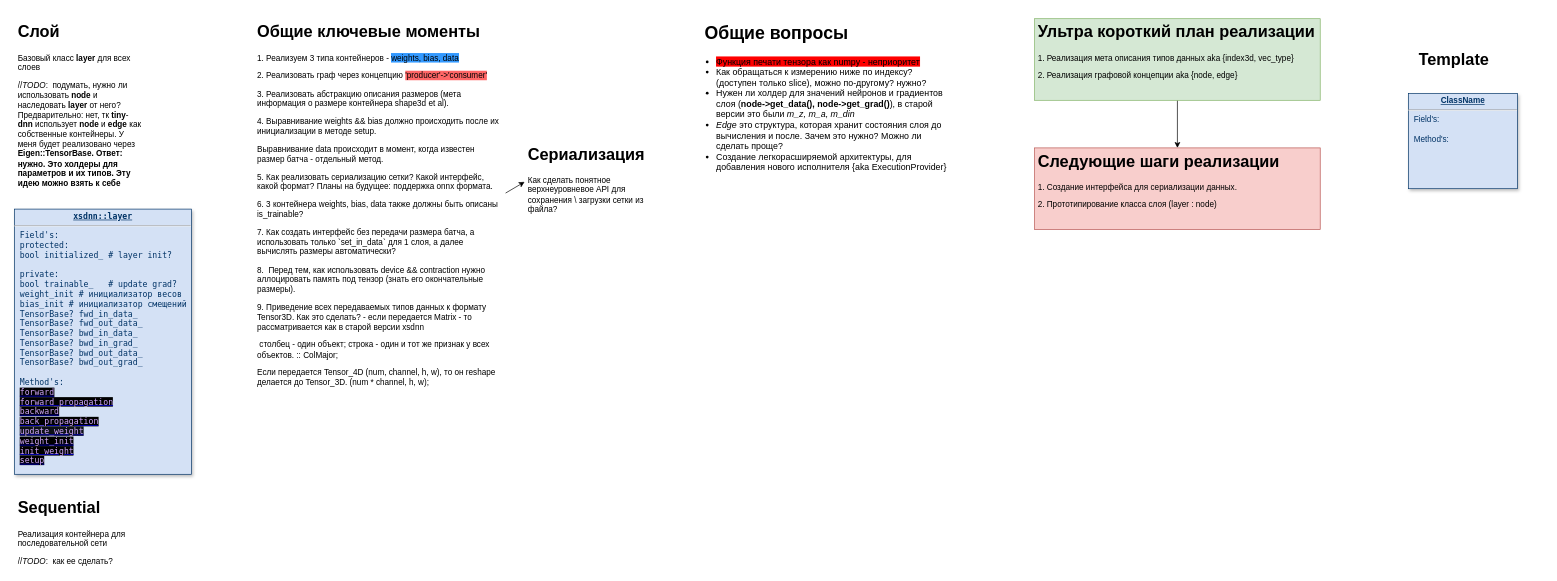
Above: page "xsdnn::main" (1 of 10) of logic.drawio in xsdnn/xsdnn (draw.io), before the change. Source tidied: cells renumbered, new cells numbered last; positions are measured from the earlier drawing's top-left corner, leaving out a move shared by most shapes. Both pictures are drawn from the tidied source at 68%, with x=0, y=0 at pixel (14, 18).
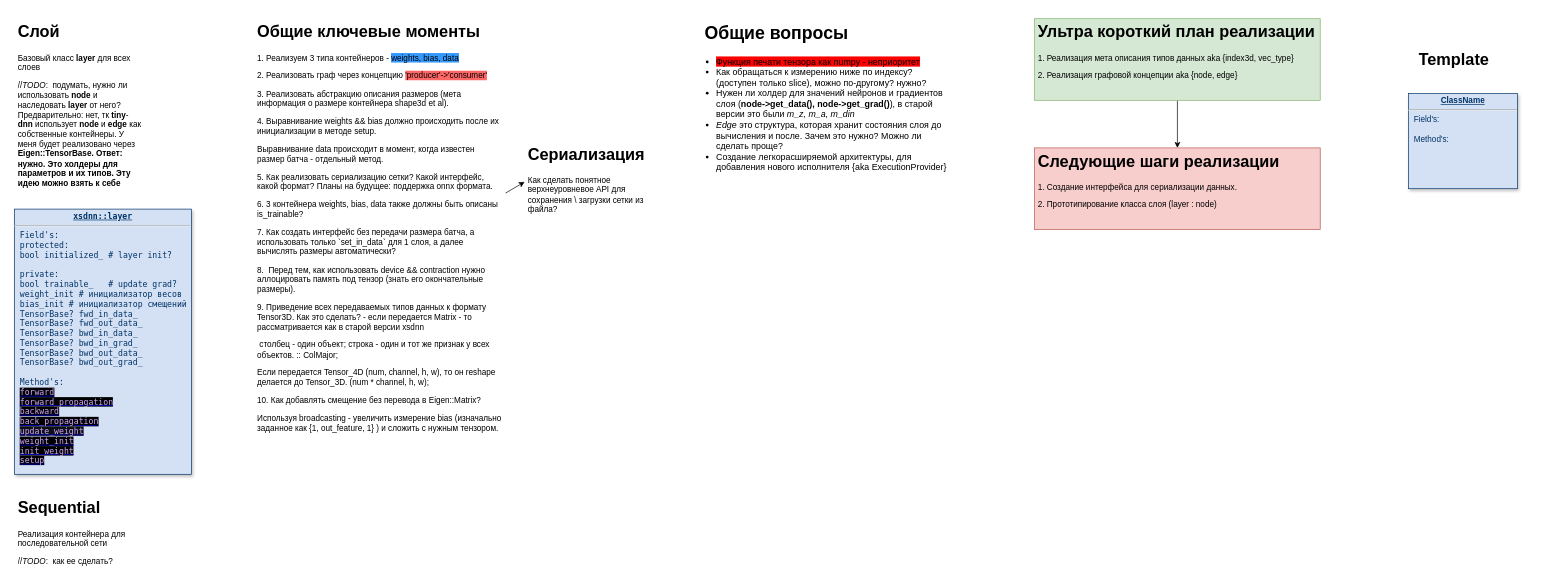
Above is the later version.

Change to the diagram source:
```diff
@@
 <mxGraphModel>
   <root>
     <mxCell id="0" />
     <mxCell id="1" parent="0" />
     <mxCell id="2" value="&lt;p style=&quot;margin: 0px; margin-top: 4px; text-align: center; text-decoration: underline;&quot;&gt;&lt;strong&gt;ClassName&lt;/strong&gt;&lt;/p&gt;&lt;hr&gt;&lt;p style=&quot;margin: 0px; margin-left: 8px;&quot;&gt;Field's:&lt;/p&gt;&lt;p style=&quot;margin: 0px; margin-left: 8px;&quot;&gt;&lt;br&gt;&lt;/p&gt;&lt;p style=&quot;margin: 0px; margin-left: 8px;&quot;&gt;Method's:&lt;/p&gt;" style="verticalAlign=top;align=left;overflow=fill;fontSize=12;fontFamily=Helvetica;html=1;strokeColor=#003366;shadow=1;fillColor=#D4E1F5;fontColor=#003366;" parent="1" vertex="1">
       <mxGeometry x="2050" y="110" width="160" height="140" as="geometry" />
     </mxCell>
     <mxCell id="3" value="&lt;h1&gt;Слой&lt;/h1&gt;&lt;p&gt;Базовый класс &lt;b&gt;layer &lt;/b&gt;для всех слоев&lt;/p&gt;&lt;p&gt;&lt;span style=&quot;text-align: center;&quot;&gt;//&lt;i&gt;TODO&lt;/i&gt;:&amp;nbsp; подумать, нужно ли использовать &lt;b&gt;node&lt;/b&gt; и наследовать &lt;b&gt;layer&lt;/b&gt; от него? Предварительно: нет, тк &lt;b&gt;tiny&lt;/b&gt;-&lt;b&gt;dnn&lt;/b&gt; использует &lt;b&gt;node&lt;/b&gt; и &lt;b&gt;edge&lt;/b&gt; как собственные контейнеры. У меня будет реализовано через &lt;b&gt;Eigen::TensorBase. Ответ: нужно. Это холдеры для параметров и их типов. Эту идею можно взять к себе&lt;/b&gt;&lt;/span&gt;&lt;br&gt;&lt;/p&gt;&lt;p&gt;&lt;br&gt;&lt;/p&gt;" style="text;html=1;strokeColor=none;fillColor=none;spacing=5;spacingTop=-20;whiteSpace=wrap;overflow=hidden;rounded=0;" parent="1" vertex="1">
       <mxGeometry width="190" height="250" as="geometry" />
     </mxCell>
     <mxCell id="4" value="&lt;h1&gt;Template&lt;/h1&gt;" style="text;html=1;strokeColor=none;fillColor=none;spacing=5;spacingTop=-20;whiteSpace=wrap;overflow=hidden;rounded=0;" parent="1" vertex="1">
       <mxGeometry x="2060" y="40" width="190" height="50" as="geometry" />
     </mxCell>
     <mxCell id="5" value="&lt;p style=&quot;margin: 0px; margin-top: 4px; text-align: center; text-decoration: underline;&quot;&gt;&lt;b&gt;xsdnn::layer&lt;/b&gt;&lt;/p&gt;&lt;hr&gt;&lt;p style=&quot;margin: 0px; margin-left: 8px;&quot;&gt;Field's:&lt;/p&gt;&lt;p style=&quot;margin: 0px; margin-left: 8px;&quot;&gt;protected:&lt;/p&gt;&lt;p style=&quot;margin: 0px; margin-left: 8px;&quot;&gt;bool initialized_ # layer init?&lt;/p&gt;&lt;p style=&quot;margin: 0px; margin-left: 8px;&quot;&gt;&lt;br&gt;&lt;/p&gt;&lt;p style=&quot;margin: 0px; margin-left: 8px;&quot;&gt;private:&lt;/p&gt;&lt;p style=&quot;margin: 0px 0px 0px 8px;&quot;&gt;bool trainable_&amp;nbsp; &amp;nbsp;# update grad?&lt;/p&gt;&lt;p style=&quot;margin: 0px 0px 0px 8px;&quot;&gt;weight_init # инициализатор весов&lt;/p&gt;&lt;p style=&quot;margin: 0px 0px 0px 8px;&quot;&gt;bias_init # инициализатор смещений&lt;/p&gt;&lt;p style=&quot;margin: 0px; margin-left: 8px;&quot;&gt;TensorBase? fwd_in_data_&lt;/p&gt;&lt;p style=&quot;margin: 0px; margin-left: 8px;&quot;&gt;TensorBase? fwd_out_data_&lt;br&gt;&lt;/p&gt;&lt;p style=&quot;margin: 0px; margin-left: 8px;&quot;&gt;TensorBase? bwd_in_data_&lt;br&gt;&lt;/p&gt;&lt;p style=&quot;margin: 0px; margin-left: 8px;&quot;&gt;TensorBase? bwd_in_grad_&lt;br&gt;&lt;/p&gt;&lt;p style=&quot;margin: 0px; margin-left: 8px;&quot;&gt;TensorBase? bwd_out_data_&lt;br&gt;&lt;/p&gt;&lt;p style=&quot;margin: 0px; margin-left: 8px;&quot;&gt;TensorBase? bwd_out_grad_&lt;br&gt;&lt;/p&gt;&lt;p style=&quot;margin: 0px; margin-left: 8px;&quot;&gt;&lt;br&gt;&lt;/p&gt;&lt;p style=&quot;margin: 0px; margin-left: 8px;&quot;&gt;Method's:&lt;/p&gt;&lt;p style=&quot;margin: 0px; margin-left: 8px;&quot;&gt;&lt;a href=&quot;data:page/id,acLyr5f8MV2qwVlqdKkI&quot;&gt;&lt;font face=&quot;ui-monospace, SFMono-Regular, SF Mono, Menlo, Consolas, Liberation Mono, monospace&quot; color=&quot;#d2a8ff&quot; style=&quot;background-color: rgb(0, 0, 0);&quot;&gt;forward&lt;/font&gt;&lt;/a&gt;&lt;/p&gt;&lt;p style=&quot;margin: 0px; margin-left: 8px;&quot;&gt;&lt;a href=&quot;data:page/id,P51iXEZZl-BP7aw9WZGj&quot;&gt;&lt;font face=&quot;ui-monospace, SFMono-Regular, SF Mono, Menlo, Consolas, Liberation Mono, monospace&quot; color=&quot;#d2a8ff&quot; style=&quot;background-color: rgb(0, 0, 0);&quot;&gt;forward_propagation&lt;/font&gt;&lt;/a&gt;&lt;/p&gt;&lt;p style=&quot;margin: 0px; margin-left: 8px;&quot;&gt;&lt;a href=&quot;data:page/id,9vZ8QekkStvvB2-BGn0U&quot;&gt;&lt;font face=&quot;ui-monospace, SFMono-Regular, SF Mono, Menlo, Consolas, Liberation Mono, monospace&quot; color=&quot;#d2a8ff&quot; style=&quot;background-color: rgb(0, 0, 0);&quot;&gt;backward&lt;/font&gt;&lt;/a&gt;&lt;/p&gt;&lt;p style=&quot;margin: 0px; margin-left: 8px;&quot;&gt;&lt;a href=&quot;data:page/id,YzGOiIOgP3fO_uxTNOQc&quot;&gt;&lt;font face=&quot;ui-monospace, SFMono-Regular, SF Mono, Menlo, Consolas, Liberation Mono, monospace&quot; color=&quot;#d2a8ff&quot; style=&quot;background-color: rgb(0, 0, 0);&quot;&gt;back_propagation&lt;/font&gt;&lt;/a&gt;&lt;/p&gt;&lt;p style=&quot;margin: 0px; margin-left: 8px;&quot;&gt;&lt;span style=&quot;font-family: ui-monospace, SFMono-Regular, &amp;quot;SF Mono&amp;quot;, Menlo, Consolas, &amp;quot;Liberation Mono&amp;quot;, monospace; background-color: rgb(13, 17, 23);&quot;&gt;&lt;a style=&quot;&quot; href=&quot;data:page/id,1ntwXYWYcS74xLM6uAJB&quot;&gt;&lt;font color=&quot;#d2a8ff&quot;&gt;update_weight&lt;/font&gt;&lt;/a&gt;&lt;/span&gt;&lt;br&gt;&lt;/p&gt;&lt;p style=&quot;margin: 0px; margin-left: 8px;&quot;&gt;&lt;a style=&quot;background-color: rgb(0, 0, 0);&quot; href=&quot;data:page/id,imFPhnd7Cz6RNdqDAHEO&quot;&gt;&lt;font face=&quot;ui-monospace, SFMono-Regular, SF Mono, Menlo, Consolas, Liberation Mono, monospace&quot; color=&quot;#d2a8ff&quot;&gt;weight_init&lt;/font&gt;&lt;/a&gt;&lt;/p&gt;&lt;p style=&quot;margin: 0px; margin-left: 8px;&quot;&gt;&lt;a style=&quot;background-color: rgb(0, 0, 0);&quot; href=&quot;data:page/id,p6dzrHT5QFA6u9v4Chr_&quot;&gt;&lt;font color=&quot;#d2a8ff&quot;&gt;init_weight&lt;/font&gt;&lt;/a&gt;&lt;/p&gt;&lt;p style=&quot;margin: 0px; margin-left: 8px;&quot;&gt;&lt;a style=&quot;background-color: rgb(0, 0, 0);&quot; href=&quot;data:page/id,uzz6QVAgYd6YLyIYvyyA&quot;&gt;&lt;font color=&quot;#d2a8ff&quot;&gt;setup&lt;/font&gt;&lt;/a&gt;&lt;/p&gt;" style="verticalAlign=top;align=left;overflow=fill;fontSize=12;fontFamily=ui-monospace, SFMono-Regular, &quot;SF Mono&quot;, Menlo, Consolas, &quot;Liberation Mono&quot;, monospace;html=1;strokeColor=#003366;shadow=1;fillColor=#D4E1F5;fontColor=#003366;" parent="1" vertex="1">
       <mxGeometry y="280" width="260" height="390" as="geometry" />
     </mxCell>
     <mxCell id="6" value="&lt;h1&gt;Сериализация&lt;/h1&gt;&lt;p&gt;Как сделать понятное верхнеуровневое API для сохранения \ загрузки сетки из файла?&amp;nbsp;&lt;/p&gt;" style="text;html=1;strokeColor=none;fillColor=none;spacing=5;spacingTop=-20;whiteSpace=wrap;overflow=hidden;rounded=0;" parent="1" vertex="1">
       <mxGeometry x="750" y="180" width="190" height="120" as="geometry" />
     </mxCell>
     <mxCell id="7" value="&lt;h1&gt;Общие вопросы&lt;/h1&gt;&lt;p&gt;&lt;br&gt;&lt;/p&gt;" style="text;html=1;strokeColor=none;fillColor=none;spacing=5;spacingTop=-20;whiteSpace=wrap;overflow=hidden;rounded=0;fontSize=13;" parent="1" vertex="1">
       <mxGeometry x="1010" width="270" height="120" as="geometry" />
     </mxCell>
     <mxCell id="8" value="&lt;ul&gt;&lt;li&gt;&lt;span style=&quot;background-color: rgb(255, 0, 0);&quot;&gt;Функция печати тензора как numpy - неприоритет&lt;/span&gt;&lt;/li&gt;&lt;li&gt;Как обращаться к измерению ниже по индексу? (доступен только slice), можно по-другому? нужно?&amp;nbsp;&lt;/li&gt;&lt;li&gt;Нужен ли холдер для значений нейронов и градиентов слоя (&lt;b&gt;node-&amp;gt;get_data(), node-&amp;gt;get_grad()&lt;/b&gt;), в старой версии это были &lt;i&gt;m_z, m_a, m_din&lt;/i&gt;&lt;/li&gt;&lt;li&gt;&lt;i&gt;Edge &lt;/i&gt;это структура, которая хранит состояния слоя до вычисления и после. Зачем это нужно? Можно ли сделать проще?&lt;/li&gt;&lt;li&gt;Создание легкорасширяемой архитектуры, для добавления нового исполнителя {aka ExecutionProvider}&lt;/li&gt;&lt;/ul&gt;" style="text;strokeColor=none;fillColor=none;html=1;whiteSpace=wrap;verticalAlign=middle;overflow=hidden;fontSize=13;" parent="1" vertex="1">
       <mxGeometry x="990" y="40" width="390" height="190" as="geometry" />
     </mxCell>
     <mxCell id="9" value="&lt;h1&gt;Sequential&lt;/h1&gt;&lt;p&gt;Реализация контейнера для&amp;nbsp; последовательной сети&lt;/p&gt;&lt;p&gt;&lt;span style=&quot;text-align: center;&quot;&gt;//&lt;i&gt;TODO&lt;/i&gt;:&amp;nbsp; как ее сделать?&lt;/span&gt;&lt;br&gt;&lt;/p&gt;&lt;p&gt;&lt;br&gt;&lt;/p&gt;" style="text;html=1;strokeColor=none;fillColor=none;spacing=5;spacingTop=-20;whiteSpace=wrap;overflow=hidden;rounded=0;" parent="1" vertex="1">
       <mxGeometry y="700" width="190" height="110" as="geometry" />
     </mxCell>
-    <mxCell id="10" value="&lt;h1&gt;Общие ключевые моменты&lt;/h1&gt;&lt;p&gt;1. Реализуем 3 типа контейнеров - &lt;span style=&quot;background-color: rgb(51, 153, 255);&quot;&gt;weights, bias, data&lt;/span&gt;&lt;/p&gt;&lt;p&gt;2. Реализовать граф через концепцию &lt;span style=&quot;background-color: rgb(255, 102, 102);&quot;&gt;'producer'-&amp;gt;'consumer'&lt;/span&gt;&lt;/p&gt;&lt;p&gt;3. Реализовать абстракцию описания размеров (мета информация о размере контейнера shape3d et al).&amp;nbsp;&lt;/p&gt;&lt;p&gt;4. Выравнивание weights &amp;amp;&amp;amp; bias должно происходить после их инициализации в методе setup.&lt;/p&gt;&lt;p&gt;Выравнивание data происходит в момент, когда известен размер батча - отдельный метод.&lt;/p&gt;&lt;p&gt;5. Как реализовать сериализацию сетки? Какой интерфейс, какой формат? Планы на будущее: поддержка onnx формата.&lt;/p&gt;&lt;p&gt;6. 3 контейнера weights, bias, data также должны быть описаны is_trainable?&amp;nbsp;&lt;/p&gt;&lt;p&gt;7. Как создать интерфейс без передачи размера батча, а использовать только `set_in_data` для 1 слоя, а далее вычислять размеры автоматически?&lt;/p&gt;&lt;p&gt;8.&amp;nbsp; Перед тем, как использовать device &amp;amp;&amp;amp; contraction нужно аллоцировать память под тензор (знать его окончательные размеры).&lt;/p&gt;&lt;p&gt;9. Приведение всех передаваемых типов данных к формату Tensor3D. Как это сделать? - если передается Matrix - то рассматривается как в старой версии xsdnn&lt;/p&gt;&lt;p&gt;&amp;nbsp;столбец - один объект; строка - один и тот же признак у всех объектов. :: ColMajor;&lt;/p&gt;&lt;p&gt;Если передается Tensor_4D (num, channel, h, w), то он reshape делается до Tensor_3D. (num * channel, h, w);&lt;/p&gt;" style="text;html=1;strokeColor=none;fillColor=none;spacing=5;spacingTop=-20;whiteSpace=wrap;overflow=hidden;rounded=0;" parent="1" vertex="1">
+    <mxCell id="10" value="&lt;h1&gt;Общие ключевые моменты&lt;/h1&gt;&lt;p&gt;1. Реализуем 3 типа контейнеров - &lt;span style=&quot;background-color: rgb(51, 153, 255);&quot;&gt;weights, bias, data&lt;/span&gt;&lt;/p&gt;&lt;p&gt;2. Реализовать граф через концепцию &lt;span style=&quot;background-color: rgb(255, 102, 102);&quot;&gt;'producer'-&amp;gt;'consumer'&lt;/span&gt;&lt;/p&gt;&lt;p&gt;3. Реализовать абстракцию описания размеров (мета информация о размере контейнера shape3d et al).&amp;nbsp;&lt;/p&gt;&lt;p&gt;4. Выравнивание weights &amp;amp;&amp;amp; bias должно происходить после их инициализации в методе setup.&lt;/p&gt;&lt;p&gt;Выравнивание data происходит в момент, когда известен размер батча - отдельный метод.&lt;/p&gt;&lt;p&gt;5. Как реализовать сериализацию сетки? Какой интерфейс, какой формат? Планы на будущее: поддержка onnx формата.&lt;/p&gt;&lt;p&gt;6. 3 контейнера weights, bias, data также должны быть описаны is_trainable?&amp;nbsp;&lt;/p&gt;&lt;p&gt;7. Как создать интерфейс без передачи размера батча, а использовать только `set_in_data` для 1 слоя, а далее вычислять размеры автоматически?&lt;/p&gt;&lt;p&gt;8.&amp;nbsp; Перед тем, как использовать device &amp;amp;&amp;amp; contraction нужно аллоцировать память под тензор (знать его окончательные размеры).&lt;/p&gt;&lt;p&gt;9. Приведение всех передаваемых типов данных к формату Tensor3D. Как это сделать? - если передается Matrix - то рассматривается как в старой версии xsdnn&lt;/p&gt;&lt;p&gt;&amp;nbsp;столбец - один объект; строка - один и тот же признак у всех объектов. :: ColMajor;&lt;/p&gt;&lt;p&gt;Если передается Tensor_4D (num, channel, h, w), то он reshape делается до Tensor_3D. (num * channel, h, w);&lt;/p&gt;&lt;p&gt;10. Как добавлять смещение без перевода в Eigen::Matrix?&amp;nbsp;&lt;/p&gt;&lt;p&gt;Используя broadcasting - увеличить измерение bias (изначально заданное как {1, out_feature, 1} ) и сложить с нужным тензором.&amp;nbsp;&lt;/p&gt;" style="text;html=1;strokeColor=none;fillColor=none;spacing=5;spacingTop=-20;whiteSpace=wrap;overflow=hidden;rounded=0;" parent="1" vertex="1">
       <mxGeometry x="352" width="370" height="730" as="geometry" />
     </mxCell>
     <mxCell id="11" style="edgeStyle=orthogonalEdgeStyle;rounded=0;jettySize=auto;html=1;" parent="1" edge="1" source="12" target="14">
       <mxGeometry relative="1" as="geometry" />
     </mxCell>
     <mxCell id="12" value="&lt;h1&gt;Ультра короткий план реализации&lt;/h1&gt;&lt;p&gt;1. Реализация мета описания типов данных aka {index3d, vec_type}&lt;/p&gt;&lt;p&gt;2. Реализация графовой концепции aka {node, edge}&lt;/p&gt;" style="text;html=1;spacing=5;spacingTop=-20;whiteSpace=wrap;overflow=hidden;rounded=0;labelBackgroundColor=none;fillColor=#d5e8d4;strokeColor=#82b366;" parent="1" vertex="1">
       <mxGeometry x="1500" width="420" height="120" as="geometry" />
     </mxCell>
     <mxCell id="13" style="endArrow=classic;html=1;rounded=0;entryX=0;entryY=0.5;entryDx=0;entryDy=0;" parent="1" edge="1" source="10" target="6">
       <mxGeometry relative="1" as="geometry" />
     </mxCell>
     <mxCell id="14" value="&lt;h1&gt;Следующие шаги реализации&lt;/h1&gt;&lt;p&gt;1. Создание интерфейса для сериализации данных.&amp;nbsp;&lt;br&gt;&lt;/p&gt;&lt;p&gt;2. Прототипирование класса слоя (layer : node)&lt;/p&gt;" style="text;html=1;spacing=5;spacingTop=-20;whiteSpace=wrap;overflow=hidden;rounded=0;labelBackgroundColor=none;fillColor=#f8cecc;strokeColor=#b85450;" parent="1" vertex="1">
       <mxGeometry x="1500" y="190" width="420" height="120" as="geometry" />
     </mxCell>
   </root>
 </mxGraphModel>
```
